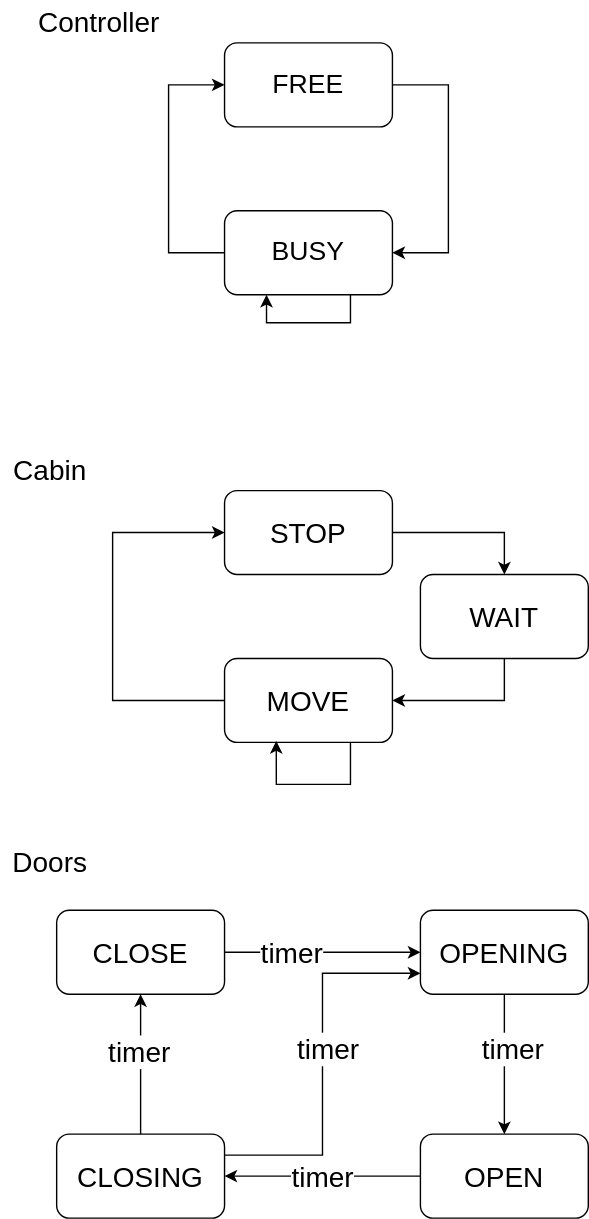
ivaaahn/bmstu-oop keeps this draw.io diagram as lab_04/docs/lab_04.svg. Above is the earlier version. Source tidied: cells renumbered, new cells last; positions are measured from the earlier drawing's top-left corner, leaving out a move shared by most shapes.
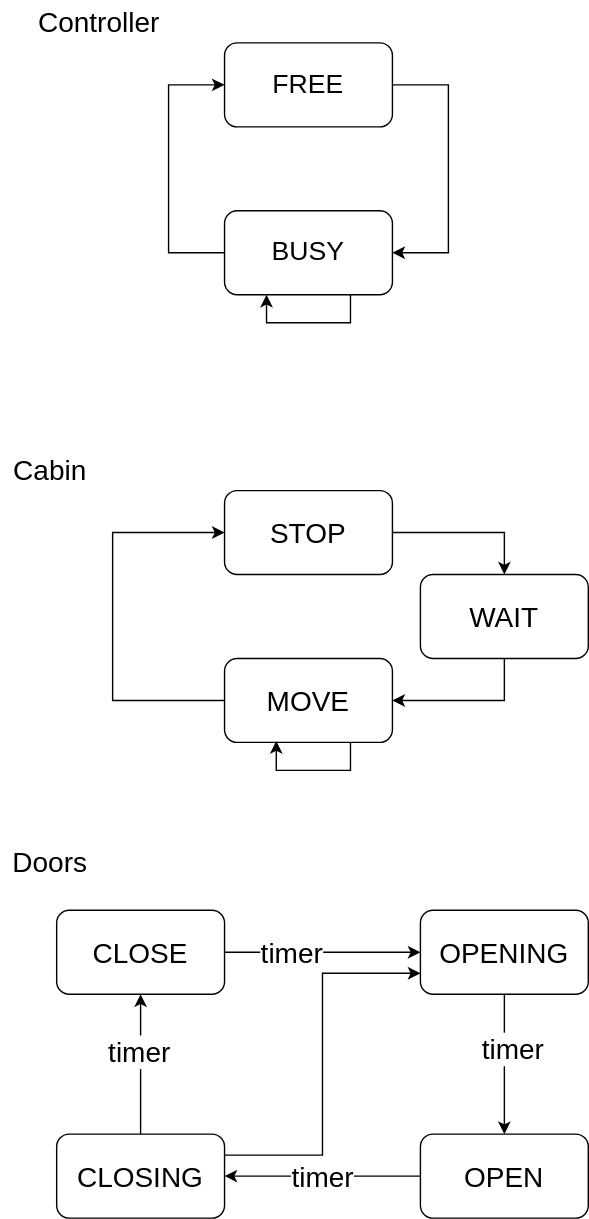
Above is the later version.

The edit, as a diff of the source:
```diff
@@ -53,8 +53,8 @@
     <mxCell id="13" style="edgeStyle=orthogonalEdgeStyle;rounded=0;orthogonalLoop=1;jettySize=auto;html=1;exitX=0.75;exitY=1;exitDx=0;exitDy=0;entryX=0.308;entryY=0.983;entryDx=0;entryDy=0;entryPerimeter=0;fontSize=20;" parent="1" edge="1" source="12" target="12">
       <mxGeometry relative="1" as="geometry">
         <Array as="points">
-          <mxPoint x="250" y="560" />
-          <mxPoint x="197" y="560" />
+          <mxPoint x="250" y="550" />
+          <mxPoint x="197" y="550" />
         </Array>
       </mxGeometry>
     </mxCell>
@@ -101,9 +101,6 @@
         </Array>
       </mxGeometry>
     </mxCell>
-    <mxCell id="25" value="timer" style="edgeLabel;html=1;align=center;verticalAlign=middle;fontSize=20;" parent="24" vertex="1">
-      <mxGeometry x="0.09" y="-3" relative="1" as="geometry" />
-    </mxCell>
     <mxCell id="26" value="CLOSING" style="rounded=1;whiteSpace=wrap;html=1;fontSize=20;" parent="1" vertex="1">
       <mxGeometry x="40" y="810" width="120" height="60" as="geometry" />
     </mxCell>
```
